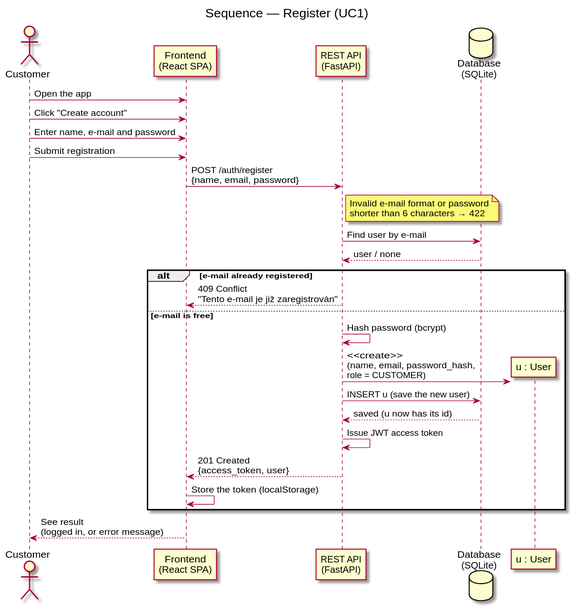
This is docs/diagrams/sequence-register.svg from DavidMagyarics/CarRentalVSB, a PlantUML export, as it was before one commit.
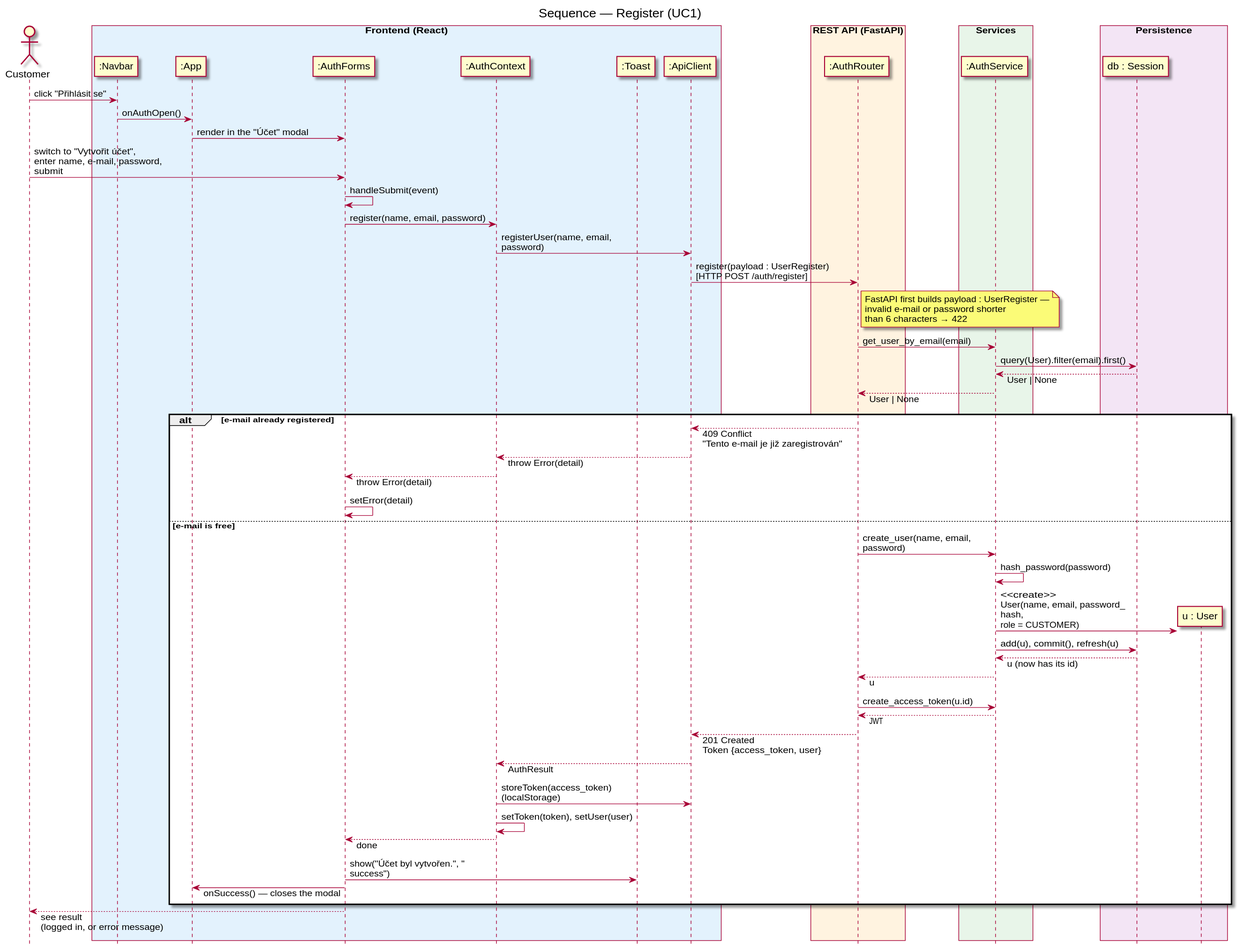
Later version of the same file.

Diff of the diagram source:
```diff
@@ -1,36 +1,71 @@
 @startuml sequence-register
 skinparam backgroundColor white
+skinparam responseMessageBelowArrow true
+skinparam maxMessageSize 220
+hide footbox
 title Sequence — Register (UC1)
 
 actor Customer
-participant "Frontend\n(React SPA)" as FE
-participant "REST API\n(FastAPI)" as API
-database "Database\n(SQLite)" as DB
+box "Frontend (React)" #E3F2FD
+  participant ":Navbar" as Navbar
+  participant ":App" as App
+  participant ":AuthForms" as AuthForms
+  participant ":AuthContext" as AuthContext
+  participant ":Toast" as Toast
+  participant ":ApiClient" as ApiClient
+end box
+box "REST API (FastAPI)" #FFF3E0
+  participant ":AuthRouter" as AuthRouter
+end box
+box "Services" #E8F5E9
+  participant ":AuthService" as AuthService
+end box
+box "Persistence" #F3E5F5
+  participant "db : Session" as DB
+  participant "u : User" as U
+end box
 
-Customer -> FE: Open the app
-Customer -> FE: Click "Create account"
-Customer -> FE: Enter name, e-mail and password
-Customer -> FE: Submit registration
-FE -> API: POST /auth/register\n{name, email, password}
-note right of API
-  Invalid e-mail format or password
-  shorter than 6 characters → 422
+Customer -> Navbar : click "Přihlásit se"
+Navbar -> App : onAuthOpen()
+App -> AuthForms : render in the "Účet" modal
+Customer -> AuthForms : switch to "Vytvořit účet",\nenter name, e-mail, password, submit
+AuthForms -> AuthForms : handleSubmit(event)
+AuthForms -> AuthContext : register(name, email, password)
+AuthContext -> ApiClient : registerUser(name, email, password)
+ApiClient -> AuthRouter : register(payload : UserRegister)\n[HTTP POST /auth/register]
+note right of AuthRouter
+  FastAPI first builds payload : UserRegister —
+  invalid e-mail or password shorter
+  than 6 characters → 422
 end note
-API -> DB: Find user by e-mail
-DB --> API: user / none
+AuthRouter -> AuthService : get_user_by_email(email)
+AuthService -> DB : query(User).filter(email).first()
+DB --> AuthService : User | None
+AuthService --> AuthRouter : User | None
 
 alt e-mail already registered
-  API --> FE: 409 Conflict\n"Tento e-mail je již zaregistrován"
+  AuthRouter --> ApiClient : 409 Conflict\n"Tento e-mail je již zaregistrován"
+  ApiClient --> AuthContext : throw Error(detail)
+  AuthContext --> AuthForms : throw Error(detail)
+  AuthForms -> AuthForms : setError(detail)
 else e-mail is free
-  API -> API: Hash password (bcrypt)
-  create participant "u : User" as U
-  API -> U: <<create>>\n(name, email, password_hash,\nrole = CUSTOMER)
-  API -> DB: INSERT u (save the new user)
-  DB --> API: saved (u now has its id)
-  API -> API: Issue JWT access token
-  API --> FE: 201 Created\n{access_token, user}
-  FE -> FE: Store the token (localStorage)
+  AuthRouter -> AuthService : create_user(name, email, password)
+  AuthService -> AuthService : hash_password(password)
+  create U
+  AuthService -> U : <<create>>\nUser(name, email, password_hash,\nrole = CUSTOMER)
+  AuthService -> DB : add(u), commit(), refresh(u)
+  DB --> AuthService : u (now has its id)
+  AuthService --> AuthRouter : u
+  AuthRouter -> AuthService : create_access_token(u.id)
+  AuthService --> AuthRouter : JWT
+  AuthRouter --> ApiClient : 201 Created\nToken {access_token, user}
+  ApiClient --> AuthContext : AuthResult
+  AuthContext -> ApiClient : storeToken(access_token)\n(localStorage)
+  AuthContext -> AuthContext : setToken(token), setUser(user)
+  AuthContext --> AuthForms : done
+  AuthForms -> Toast : show("Účet byl vytvořen.", "success")
+  AuthForms -> App : onSuccess() — closes the modal
 end
 
-FE --> Customer: See result\n(logged in, or error message)
+AuthForms --> Customer : see result\n(logged in, or error message)
 @enduml
```
